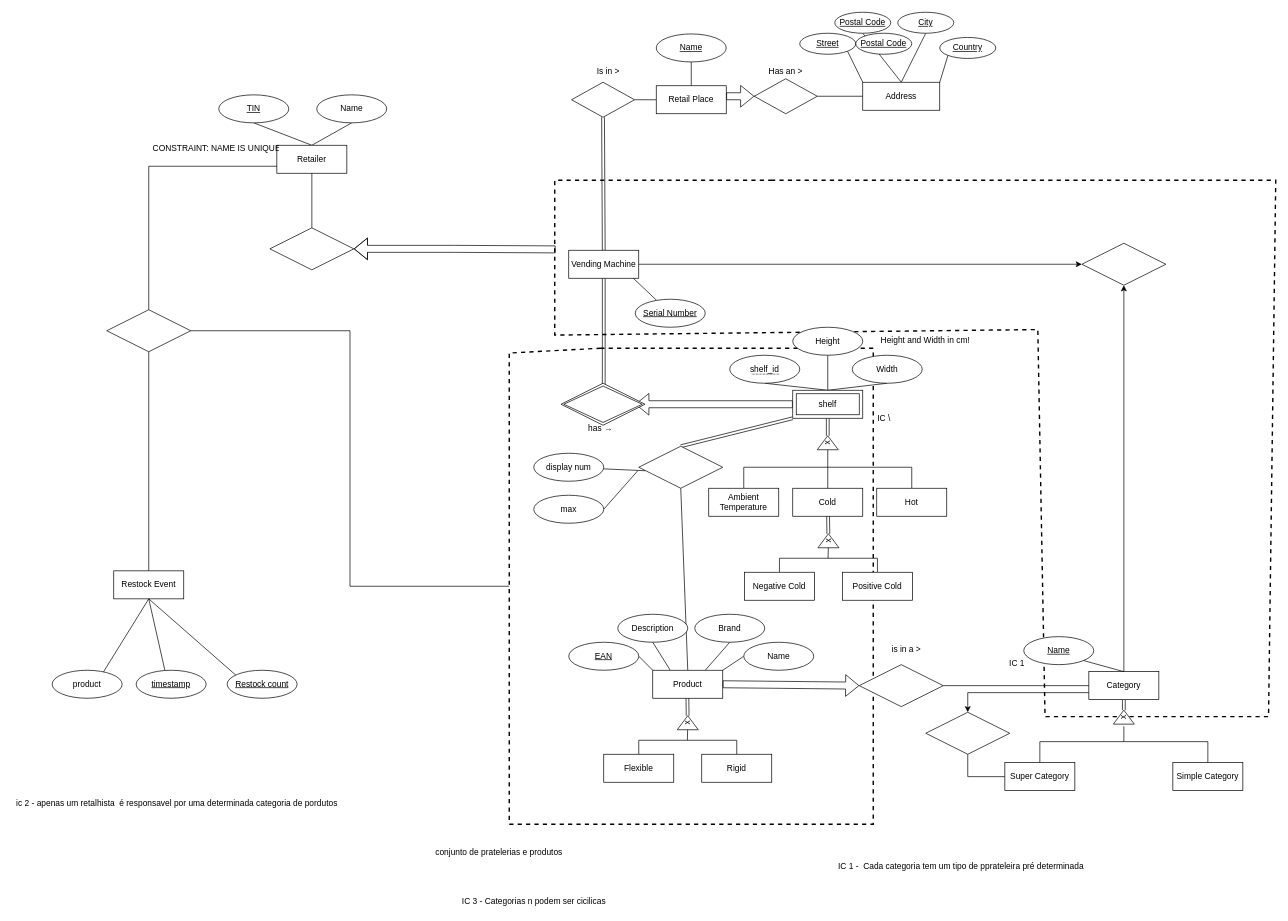
Earlier version of the draw.io diagram domain/diagrama.drawio (diogotcorreia/vending-machines-bd). Source tidied: cells renumbered, new cells numbered last; positions are measured from the earlier drawing's top-left corner, leaving out a move shared by most shapes. Both pictures are drawn from the tidied source at 70%, with x=0, y=0 at pixel (12, 12).
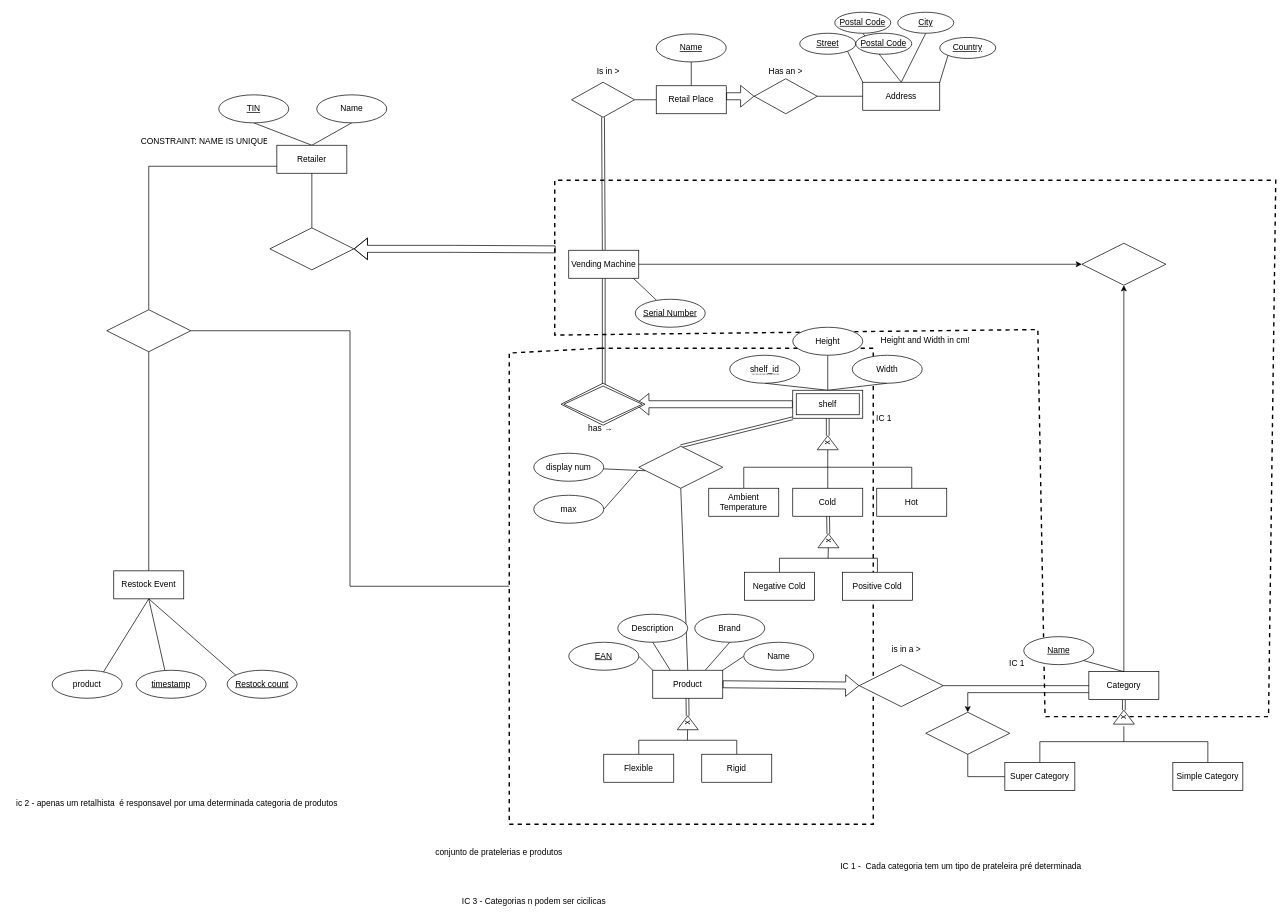
The same page after the edit.

Commit message:
Fix typo in diagram

The edit, as a diff of the source:
```diff
@@
     <mxCell id="34" value="CONSTRAINT: NAME IS UNIQUE" style="text;strokeColor=none;fillColor=none;spacingLeft=4;spacingRight=4;overflow=hidden;fontSize=12;rounded=0;" parent="1" vertex="1">
-      <mxGeometry x="195" y="180" width="190" height="30" as="geometry" />
+      <mxGeometry x="178" y="170" width="190" height="30" as="geometry" />
     </mxCell>
@@
-    <mxCell id="123" value="IC \" style="text;html=1;align=center;verticalAlign=middle;strokeColor=none;fillColor=none;" parent="1" vertex="1">
-      <mxGeometry x="1230" y="570" width="30" height="20" as="geometry" />
+    <mxCell id="123" value="IC 1" style="text;html=1;align=center;verticalAlign=middle;strokeColor=none;fillColor=none;" parent="1" vertex="1">
+      <mxGeometry x="1225" y="570" width="40" height="20" as="geometry" />
     </mxCell>
@@
-    <mxCell id="125" value="IC 1 -&amp;nbsp; Cada categoria tem um tipo de pprateleira pré determinada" style="text;html=1;align=center;verticalAlign=middle;strokeColor=none;fillColor=none;" parent="1" vertex="1">
-      <mxGeometry x="1170" y="1210" width="370" height="20" as="geometry" />
+    <mxCell id="125" value="IC 1 -&amp;nbsp; Cada categoria tem um tipo de prateleira pré determinada" style="text;html=1;align=center;verticalAlign=middle;strokeColor=none;fillColor=none;" parent="1" vertex="1">
+      <mxGeometry x="1175" y="1210" width="360" height="20" as="geometry" />
     </mxCell>
@@
-    <mxCell id="127" value="ic 2 - apenas um retalhista&amp;nbsp; é responsavel por uma determinada categoria de pordutos&lt;br&gt;" style="text;html=1;align=center;verticalAlign=middle;strokeColor=none;fillColor=none;" parent="1" vertex="1">
+    <mxCell id="127" value="ic 2 - apenas um retalhista&amp;nbsp; é responsavel por uma determinada categoria de produtos" style="text;html=1;align=center;verticalAlign=middle;strokeColor=none;fillColor=none;" parent="1" vertex="1">
       <mxGeometry y="1120" width="470" height="20" as="geometry" />
     </mxCell>
```
